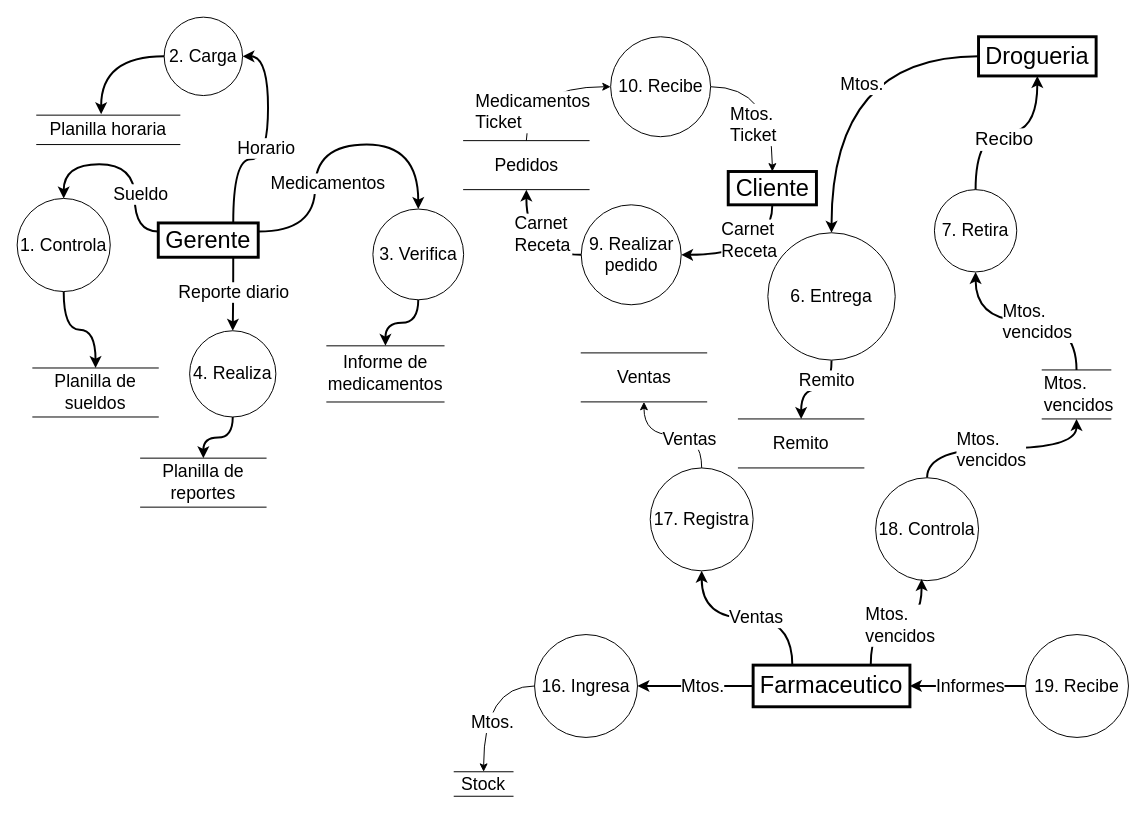
Above: page "DFD_Farmacia" (1 of 2) of farmaciaAE.drawio in yon026/pruebagit (draw.io), before the change. Source tidied: cells renumbered, new cells numbered last; positions are measured from the earlier drawing's top-left corner, leaving out a move shared by most shapes. Both pictures are drawn from the tidied source at 98%, with x=0, y=0 at pixel (17, 17).
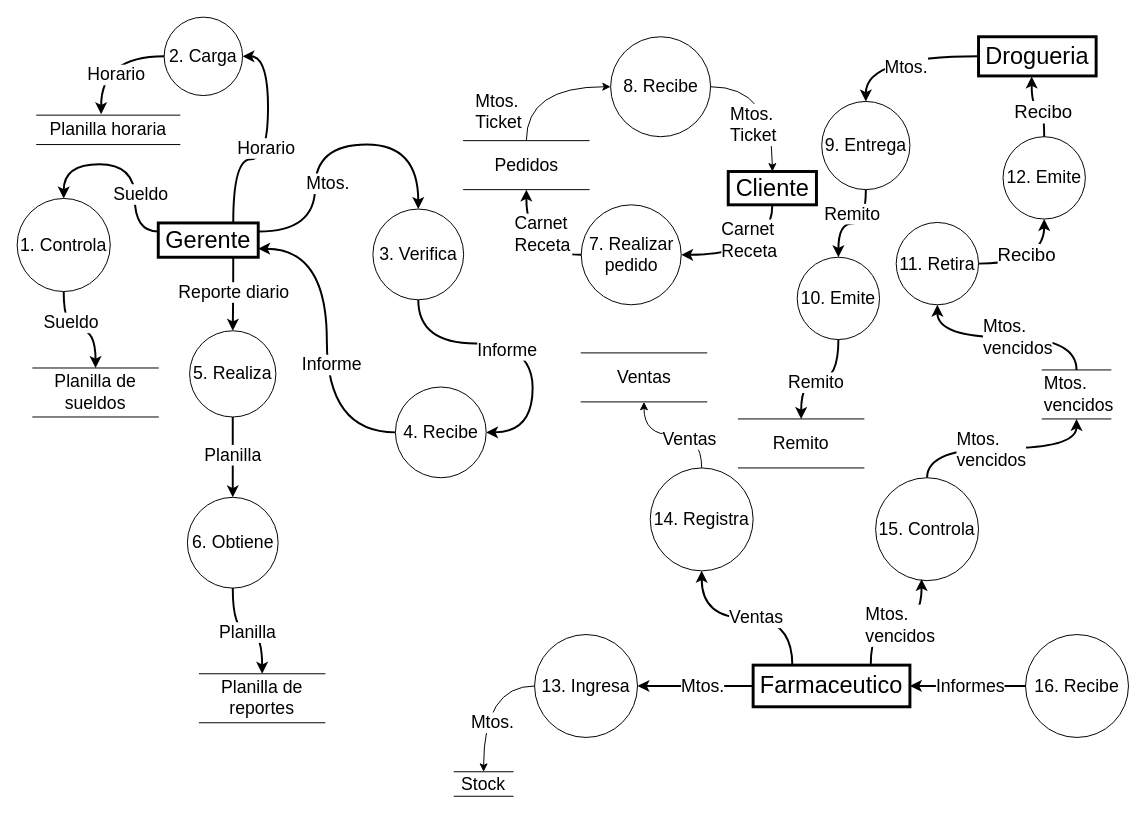
Above is the later version.

The change refers to these unchanged cells:
```xml
<mxCell id="4" style="edgeStyle=orthogonalEdgeStyle;rounded=0;jettySize=auto;html=1;exitX=0.5;exitY=1;exitDx=0;exitDy=0;entryX=0.5;entryY=0;entryDx=0;entryDy=0;curved=1;strokeWidth=2;" parent="1" edge="1" source="5" target="48">
  <mxGeometry relative="1" as="geometry" />
</mxCell>
<mxCell id="13" style="edgeStyle=orthogonalEdgeStyle;shape=connector;curved=1;rounded=0;jettySize=auto;html=1;exitX=1;exitY=0.25;exitDx=0;exitDy=0;entryX=0.5;entryY=0;entryDx=0;entryDy=0;strokeColor=default;align=center;verticalAlign=middle;fontFamily=Helvetica;fontSize=11;fontColor=default;labelBackgroundColor=default;endArrow=classic;strokeWidth=2;" parent="1" edge="1" source="15" target="17">
  <mxGeometry relative="1" as="geometry">
    <Array as="points">
      <mxPoint x="304" y="219" />
      <mxPoint x="304" y="130" />
      <mxPoint x="409" y="130" />
    </Array>
  </mxGeometry>
</mxCell>
<mxCell id="15" value="&lt;font style=&quot;font-size: 24px;&quot;&gt;Gerente&lt;/font&gt;" style="rounded=0;whiteSpace=wrap;html=1;fontSize=24;strokeWidth=3;" parent="1" vertex="1">
  <mxGeometry x="144" y="210" width="102" height="35" as="geometry" />
</mxCell>
<mxCell id="17" value="3. Verifica" style="ellipse;whiteSpace=wrap;html=1;fontSize=18;" parent="1" vertex="1">
  <mxGeometry x="363" y="195.8" width="92.6" height="92.6" as="geometry" />
</mxCell>
<mxCell id="28" style="edgeStyle=orthogonalEdgeStyle;shape=connector;curved=1;rounded=0;jettySize=auto;html=1;exitX=0;exitY=0.5;exitDx=0;exitDy=0;entryX=0.5;entryY=0;entryDx=0;entryDy=0;strokeColor=default;align=center;verticalAlign=middle;fontFamily=Helvetica;fontSize=11;fontColor=default;labelBackgroundColor=default;endArrow=classic;strokeWidth=2;" parent="1" edge="1" source="30" target="27">
  <mxGeometry relative="1" as="geometry" />
</mxCell>
<mxCell id="30" value="&lt;font style=&quot;font-size: 24px;&quot;&gt;Drogueria&lt;/font&gt;" style="rounded=0;whiteSpace=wrap;html=1;fontSize=24;strokeWidth=3;" parent="1" vertex="1">
  <mxGeometry x="981" y="20" width="120" height="40" as="geometry" />
</mxCell>
<mxCell id="38" style="edgeStyle=orthogonalEdgeStyle;rounded=0;jettySize=auto;html=1;exitX=0;exitY=0.5;exitDx=0;exitDy=0;entryX=0.45;entryY=-0.033;entryDx=0;entryDy=0;entryPerimeter=0;curved=1;strokeWidth=2;" parent="1" edge="1" source="6" target="23">
  <mxGeometry relative="1" as="geometry" />
</mxCell>
<mxCell id="49" style="edgeStyle=orthogonalEdgeStyle;rounded=0;jettySize=auto;html=1;exitX=0.5;exitY=0;exitDx=0;exitDy=0;entryX=0;entryY=0.5;entryDx=0;entryDy=0;curved=1;" parent="1" edge="1" source="51" target="47">
  <mxGeometry relative="1" as="geometry" />
</mxCell>
<mxCell id="52" value="Remito" style="shape=partialRectangle;whiteSpace=wrap;html=1;left=0;right=0;fontFamily=Helvetica;fontSize=18;labelBackgroundColor=default;" parent="1" vertex="1">
  <mxGeometry x="736" y="410" width="128" height="50" as="geometry" />
</mxCell>
```

Diff of the diagram source:
```diff
@@
+    <mxCell id="70" value="&lt;span style=&quot;font-size: 18px;&quot;&gt;Sueldo&lt;/span&gt;" style="edgeLabel;html=1;align=center;verticalAlign=middle;strokeColor=default;fontFamily=Helvetica;fontSize=11;fontColor=default;labelBackgroundColor=default;fillColor=default;" parent="4" vertex="1">
+      <mxGeometry x="-0.43" y="7" relative="1" as="geometry" />
+    </mxCell>
@@
-    <mxCell id="7" style="edgeStyle=orthogonalEdgeStyle;shape=connector;curved=1;rounded=0;jettySize=auto;html=1;exitX=0.5;exitY=1;exitDx=0;exitDy=0;entryX=0.5;entryY=0;entryDx=0;entryDy=0;strokeColor=default;align=center;verticalAlign=middle;fontFamily=Helvetica;fontSize=18;fontColor=default;labelBackgroundColor=default;endArrow=classic;strokeWidth=2;" parent="1" edge="1" source="8" target="24">
-      <mxGeometry relative="1" as="geometry" />
-    </mxCell>
+    <mxCell id="71" style="edgeStyle=orthogonalEdgeStyle;shape=connector;curved=1;rounded=0;jettySize=auto;html=1;exitX=0.5;exitY=1;exitDx=0;exitDy=0;entryX=0.5;entryY=0;entryDx=0;entryDy=0;strokeColor=default;strokeWidth=2;align=center;verticalAlign=middle;fontFamily=Helvetica;fontSize=11;fontColor=default;labelBackgroundColor=default;endArrow=classic;" parent="1" edge="1" source="8" target="85">
+      <mxGeometry relative="1" as="geometry" />
+    </mxCell>
+    <mxCell id="72" value="&lt;span style=&quot;font-size: 18px;&quot;&gt;Planilla&lt;/span&gt;" style="edgeLabel;html=1;align=center;verticalAlign=middle;strokeColor=default;fontFamily=Helvetica;fontSize=11;fontColor=default;labelBackgroundColor=default;fillColor=default;" parent="71" vertex="1">
+      <mxGeometry x="-0.07" y="-1" relative="1" as="geometry" />
+    </mxCell>
-    <mxCell id="8" value="4. Realiza" style="ellipse;whiteSpace=wrap;html=1;fontSize=18;" parent="1" vertex="1">
+    <mxCell id="8" value="5. Realiza" style="ellipse;whiteSpace=wrap;html=1;fontSize=18;" parent="1" vertex="1">
       <mxGeometry x="176" y="320" width="88" height="88" as="geometry" />
     </mxCell>
@@
-    <mxCell id="14" value="Medicamentos" style="edgeLabel;html=1;align=center;verticalAlign=middle;fontFamily=Helvetica;fontSize=18;fontColor=default;labelBackgroundColor=default;" parent="13" vertex="1">
+    <mxCell id="14" value="Mtos." style="edgeLabel;html=1;align=center;verticalAlign=middle;fontFamily=Helvetica;fontSize=18;fontColor=default;labelBackgroundColor=default;" parent="13" vertex="1">
       <mxGeometry x="-0.38" y="-1" relative="1" as="geometry">
         <mxPoint x="11" y="-8" as="offset" />
       </mxGeometry>
     </mxCell>
+    <mxCell id="73" style="edgeStyle=orthogonalEdgeStyle;shape=connector;curved=1;rounded=0;jettySize=auto;html=1;exitX=0;exitY=0.5;exitDx=0;exitDy=0;entryX=1;entryY=0.75;entryDx=0;entryDy=0;strokeColor=default;strokeWidth=2;align=center;verticalAlign=middle;fontFamily=Helvetica;fontSize=11;fontColor=default;labelBackgroundColor=default;endArrow=classic;" parent="1" edge="1" source="82" target="15">
+      <mxGeometry relative="1" as="geometry" />
+    </mxCell>
+    <mxCell id="74" value="&lt;span style=&quot;font-size: 18px; text-align: left;&quot;&gt;Informe&lt;/span&gt;" style="edgeLabel;html=1;align=center;verticalAlign=middle;strokeColor=default;fontFamily=Helvetica;fontSize=11;fontColor=default;labelBackgroundColor=default;fillColor=default;" parent="73" vertex="1">
+      <mxGeometry x="-0.15" y="-4" relative="1" as="geometry" />
+    </mxCell>
@@
-    <mxCell id="16" style="edgeStyle=orthogonalEdgeStyle;rounded=0;jettySize=auto;html=1;exitX=0.5;exitY=1;exitDx=0;exitDy=0;entryX=0.5;entryY=0;entryDx=0;entryDy=0;curved=1;fontSize=18;strokeWidth=2;" parent="1" edge="1" source="17" target="31">
-      <mxGeometry relative="1" as="geometry" />
-    </mxCell>
+    <mxCell id="75" style="edgeStyle=orthogonalEdgeStyle;shape=connector;curved=1;rounded=0;jettySize=auto;html=1;exitX=0.5;exitY=1;exitDx=0;exitDy=0;entryX=1;entryY=0.5;entryDx=0;entryDy=0;strokeColor=default;strokeWidth=2;align=center;verticalAlign=middle;fontFamily=Helvetica;fontSize=11;fontColor=default;labelBackgroundColor=default;endArrow=classic;" parent="1" edge="1" source="17" target="82">
+      <mxGeometry relative="1" as="geometry">
+        <Array as="points">
+          <mxPoint x="409" y="333" />
+          <mxPoint x="526" y="333" />
+          <mxPoint x="526" y="424" />
+        </Array>
+      </mxGeometry>
+    </mxCell>
+    <mxCell id="76" value="&lt;span style=&quot;font-size: 18px; text-align: left;&quot;&gt;Informe&lt;/span&gt;" style="edgeLabel;html=1;align=center;verticalAlign=middle;strokeColor=default;fontFamily=Helvetica;fontSize=11;fontColor=default;labelBackgroundColor=default;fillColor=default;" parent="75" vertex="1">
+      <mxGeometry x="-0.1" y="-6" relative="1" as="geometry" />
+    </mxCell>
@@
     <mxCell id="24" value="Planilla de reportes" style="shape=partialRectangle;whiteSpace=wrap;html=1;left=0;right=0;fillColor=none;fontFamily=Helvetica;fontSize=18;fontColor=default;labelBackgroundColor=default;" parent="1" vertex="1">
-      <mxGeometry x="126" y="450" width="128" height="50" as="geometry" />
+      <mxGeometry x="186" y="670" width="128" height="50" as="geometry" />
     </mxCell>
-    <mxCell id="25" style="edgeStyle=orthogonalEdgeStyle;shape=connector;curved=1;rounded=0;jettySize=auto;html=1;exitX=0.5;exitY=1;exitDx=0;exitDy=0;entryX=0.5;entryY=0;entryDx=0;entryDy=0;strokeColor=default;align=center;verticalAlign=middle;fontFamily=Helvetica;fontSize=11;fontColor=default;labelBackgroundColor=default;endArrow=classic;strokeWidth=2;" parent="1" edge="1" source="27" target="52">
-      <mxGeometry relative="1" as="geometry" />
-    </mxCell>
-    <mxCell id="26" value="&lt;font style=&quot;font-size: 18px;&quot;&gt;Remito&lt;/font&gt;" style="edgeLabel;html=1;align=left;verticalAlign=middle;fontFamily=Helvetica;fontSize=18;fontColor=default;labelBackgroundColor=default;" parent="25" vertex="1">
-      <mxGeometry x="-0.1" y="-17" relative="1" as="geometry">
-        <mxPoint x="-24" y="7" as="offset" />
-      </mxGeometry>
-    </mxCell>
+    <mxCell id="77" style="edgeStyle=orthogonalEdgeStyle;shape=connector;curved=1;rounded=0;jettySize=auto;html=1;exitX=0.5;exitY=1;exitDx=0;exitDy=0;entryX=0.5;entryY=0;entryDx=0;entryDy=0;strokeColor=default;strokeWidth=2;align=center;verticalAlign=middle;fontFamily=Helvetica;fontSize=11;fontColor=default;labelBackgroundColor=default;endArrow=classic;" parent="1" edge="1" source="27" target="88">
+      <mxGeometry relative="1" as="geometry" />
+    </mxCell>
+    <mxCell id="78" value="Remito" style="edgeLabel;html=1;align=center;verticalAlign=middle;strokeColor=default;fontFamily=Helvetica;fontSize=18;fontColor=default;labelBackgroundColor=default;fillColor=default;" parent="77" vertex="1">
+      <mxGeometry x="0.01" y="3" relative="1" as="geometry">
+        <mxPoint y="-13" as="offset" />
+      </mxGeometry>
+    </mxCell>
-    <mxCell id="27" value="6. Entrega" style="ellipse;whiteSpace=wrap;html=1;fontSize=18;" parent="1" vertex="1">
-      <mxGeometry x="766" y="220" width="130" height="130" as="geometry" />
+    <mxCell id="27" value="9. Entrega" style="ellipse;whiteSpace=wrap;html=1;fontSize=18;" parent="1" vertex="1">
+      <mxGeometry x="821" y="86" width="90" height="90" as="geometry" />
     </mxCell>
@@
     <mxCell id="29" value="&lt;span style=&quot;font-size: 18px;&quot;&gt;Mtos.&lt;/span&gt;" style="edgeLabel;html=1;align=center;verticalAlign=middle;fontFamily=Helvetica;fontSize=11;fontColor=default;labelBackgroundColor=default;" parent="28" vertex="1">
       <mxGeometry x="-0.04" y="20" relative="1" as="geometry">
-        <mxPoint x="10" y="20" as="offset" />
+        <mxPoint x="2" y="-10" as="offset" />
       </mxGeometry>
     </mxCell>
@@
-    <mxCell id="31" value="Informe de medicamentos" style="shape=partialRectangle;whiteSpace=wrap;html=1;left=0;right=0;fillColor=none;fontFamily=Helvetica;fontSize=18;fontColor=default;labelBackgroundColor=default;" parent="1" vertex="1">
-      <mxGeometry x="316" y="335.4" width="119.6" height="57.3" as="geometry" />
-    </mxCell>
@@
-    <mxCell id="34" value="17. Registra" style="ellipse;whiteSpace=wrap;html=1;fontSize=18;" parent="1" vertex="1">
+    <mxCell id="34" value="14. Registra" style="ellipse;whiteSpace=wrap;html=1;fontSize=18;" parent="1" vertex="1">
       <mxGeometry x="646" y="460" width="105" height="105" as="geometry" />
     </mxCell>
-    <mxCell id="35" style="edgeStyle=orthogonalEdgeStyle;shape=connector;curved=1;rounded=0;jettySize=auto;html=1;exitX=0.5;exitY=0;exitDx=0;exitDy=0;entryX=0.5;entryY=1;entryDx=0;entryDy=0;strokeColor=default;strokeWidth=2;align=center;verticalAlign=middle;fontFamily=Helvetica;fontSize=11;fontColor=default;labelBackgroundColor=default;endArrow=classic;" parent="1" edge="1" source="37" target="30">
-      <mxGeometry relative="1" as="geometry" />
-    </mxCell>
-    <mxCell id="36" value="&lt;span style=&quot;font-size: 19px;&quot;&gt;Recibo&lt;/span&gt;" style="edgeLabel;html=1;align=left;verticalAlign=middle;fontFamily=Helvetica;fontSize=19;fontColor=default;labelBackgroundColor=default;" parent="35" vertex="1">
-      <mxGeometry x="-0.06" y="-6" relative="1" as="geometry">
-        <mxPoint x="-28" as="offset" />
-      </mxGeometry>
-    </mxCell>
+    <mxCell id="79" style="edgeStyle=orthogonalEdgeStyle;shape=connector;curved=1;rounded=0;jettySize=auto;html=1;exitX=1;exitY=0.5;exitDx=0;exitDy=0;entryX=0.5;entryY=1;entryDx=0;entryDy=0;strokeColor=default;strokeWidth=2;align=center;verticalAlign=middle;fontFamily=Helvetica;fontSize=11;fontColor=default;labelBackgroundColor=default;endArrow=classic;" parent="1" edge="1" source="37" target="89">
+      <mxGeometry relative="1" as="geometry" />
+    </mxCell>
+    <mxCell id="80" value="&lt;span style=&quot;font-size: 19px; text-align: left;&quot;&gt;Recibo&lt;/span&gt;" style="edgeLabel;html=1;align=center;verticalAlign=middle;strokeColor=default;fontFamily=Helvetica;fontSize=11;fontColor=default;labelBackgroundColor=default;fillColor=default;" parent="79" vertex="1">
+      <mxGeometry x="-0.37" y="8" relative="1" as="geometry">
+        <mxPoint x="13" y="-1" as="offset" />
+      </mxGeometry>
+    </mxCell>
-    <mxCell id="37" value="7. Retira" style="ellipse;whiteSpace=wrap;html=1;fontSize=18;" parent="1" vertex="1">
-      <mxGeometry x="936" y="176" width="84" height="84" as="geometry" />
+    <mxCell id="37" value="11. Retira" style="ellipse;whiteSpace=wrap;html=1;fontSize=18;" parent="1" vertex="1">
+      <mxGeometry x="897" y="209.5" width="84" height="84" as="geometry" />
     </mxCell>
@@
+    <mxCell id="81" value="&lt;span style=&quot;font-size: 18px;&quot;&gt;Horario&lt;/span&gt;" style="edgeLabel;html=1;align=center;verticalAlign=middle;strokeColor=default;fontFamily=Helvetica;fontSize=11;fontColor=default;labelBackgroundColor=default;fillColor=default;" parent="38" vertex="1">
+      <mxGeometry x="0.34" y="15" relative="1" as="geometry" />
+    </mxCell>
@@
-    <mxCell id="44" value="9. Realizar pedido" style="ellipse;whiteSpace=wrap;html=1;fontSize=18;" parent="1" vertex="1">
+    <mxCell id="44" value="7. Realizar pedido" style="ellipse;whiteSpace=wrap;html=1;fontSize=18;" parent="1" vertex="1">
       <mxGeometry x="575.6" y="191.5" width="102" height="102" as="geometry" />
     </mxCell>
@@
-    <mxCell id="47" value="10. Recibe" style="ellipse;whiteSpace=wrap;html=1;fontSize=18;" parent="1" vertex="1">
+    <mxCell id="47" value="8. Recibe" style="ellipse;whiteSpace=wrap;html=1;fontSize=18;" parent="1" vertex="1">
       <mxGeometry x="605.6" y="20" width="102" height="102" as="geometry" />
     </mxCell>
@@
-    <mxCell id="50" value="Medicamentos&lt;div style=&quot;font-size: 18px;&quot;&gt;Ticket&lt;/div&gt;" style="edgeLabel;html=1;align=left;verticalAlign=middle;fontSize=18;" parent="49" vertex="1">
+    <mxCell id="50" value="Mtos.&lt;div style=&quot;font-size: 18px;&quot;&gt;Ticket&lt;/div&gt;" style="edgeLabel;html=1;align=left;verticalAlign=middle;fontSize=18;" parent="49" vertex="1">
       <mxGeometry x="-0.05" y="-1" relative="1" as="geometry">
         <mxPoint x="-66" y="24" as="offset" />
       </mxGeometry>
     </mxCell>
@@
-    <mxCell id="55" value="19. Recibe" style="ellipse;whiteSpace=wrap;html=1;fontSize=18;" parent="1" vertex="1">
+    <mxCell id="55" value="16. Recibe" style="ellipse;whiteSpace=wrap;html=1;fontSize=18;" parent="1" vertex="1">
       <mxGeometry x="1029" y="630" width="105" height="105" as="geometry" />
     </mxCell>
@@
-    <mxCell id="58" value="18. Controla" style="ellipse;whiteSpace=wrap;html=1;fontSize=18;" parent="1" vertex="1">
+    <mxCell id="58" value="15. Controla" style="ellipse;whiteSpace=wrap;html=1;fontSize=18;" parent="1" vertex="1">
       <mxGeometry x="876" y="470" width="105" height="105" as="geometry" />
     </mxCell>
@@
-    <mxCell id="62" value="16. Ingresa" style="ellipse;whiteSpace=wrap;html=1;fontSize=18;" parent="1" vertex="1">
+    <mxCell id="62" value="13. Ingresa" style="ellipse;whiteSpace=wrap;html=1;fontSize=18;" parent="1" vertex="1">
       <mxGeometry x="528" y="630" width="105" height="105" as="geometry" />
     </mxCell>
@@
+    <mxCell id="82" value="4. Recibe" style="ellipse;whiteSpace=wrap;html=1;fontSize=18;" parent="1" vertex="1">
+      <mxGeometry x="386" y="377.4" width="92.6" height="92.6" as="geometry" />
+    </mxCell>
+    <mxCell id="83" style="edgeStyle=orthogonalEdgeStyle;shape=connector;curved=1;rounded=0;jettySize=auto;html=1;exitX=0.5;exitY=1;exitDx=0;exitDy=0;entryX=0.5;entryY=0;entryDx=0;entryDy=0;strokeColor=default;strokeWidth=2;align=center;verticalAlign=middle;fontFamily=Helvetica;fontSize=11;fontColor=default;labelBackgroundColor=default;endArrow=classic;" parent="1" edge="1" source="85" target="24">
+      <mxGeometry relative="1" as="geometry" />
+    </mxCell>
+    <mxCell id="84" value="&lt;span style=&quot;font-size: 18px;&quot;&gt;Planilla&lt;/span&gt;" style="edgeLabel;html=1;align=center;verticalAlign=middle;strokeColor=default;fontFamily=Helvetica;fontSize=11;fontColor=default;labelBackgroundColor=default;fillColor=default;" parent="83" vertex="1">
+      <mxGeometry x="-0.02" y="-1" relative="1" as="geometry" />
+    </mxCell>
+    <mxCell id="85" value="6. Obtiene" style="ellipse;whiteSpace=wrap;html=1;fontSize=18;" parent="1" vertex="1">
+      <mxGeometry x="173.7" y="490" width="92.6" height="92.6" as="geometry" />
+    </mxCell>
+    <mxCell id="86" style="edgeStyle=orthogonalEdgeStyle;shape=connector;curved=1;rounded=0;jettySize=auto;html=1;exitX=0.5;exitY=1;exitDx=0;exitDy=0;entryX=0.5;entryY=0;entryDx=0;entryDy=0;strokeColor=default;strokeWidth=2;align=center;verticalAlign=middle;fontFamily=Helvetica;fontSize=11;fontColor=default;labelBackgroundColor=default;endArrow=classic;" parent="1" edge="1" source="88" target="52">
+      <mxGeometry relative="1" as="geometry" />
+    </mxCell>
+    <mxCell id="87" value="&lt;span style=&quot;font-size: 18px;&quot;&gt;Remito&lt;/span&gt;" style="edgeLabel;html=1;align=center;verticalAlign=middle;strokeColor=default;fontFamily=Helvetica;fontSize=11;fontColor=default;labelBackgroundColor=default;fillColor=default;" parent="86" vertex="1">
+      <mxGeometry x="0.08" y="3" relative="1" as="geometry" />
+    </mxCell>
+    <mxCell id="88" value="10. Emite" style="ellipse;whiteSpace=wrap;html=1;fontSize=18;" parent="1" vertex="1">
+      <mxGeometry x="796" y="245" width="84" height="84" as="geometry" />
+    </mxCell>
+    <mxCell id="89" value="12. Emite" style="ellipse;whiteSpace=wrap;html=1;fontSize=18;" parent="1" vertex="1">
+      <mxGeometry x="1006" y="122" width="84" height="84" as="geometry" />
+    </mxCell>
+    <mxCell id="90" style="edgeStyle=orthogonalEdgeStyle;shape=connector;curved=1;rounded=0;jettySize=auto;html=1;exitX=0.5;exitY=0;exitDx=0;exitDy=0;entryX=0.452;entryY=1.014;entryDx=0;entryDy=0;entryPerimeter=0;strokeColor=default;strokeWidth=2;align=center;verticalAlign=middle;fontFamily=Helvetica;fontSize=11;fontColor=default;labelBackgroundColor=default;endArrow=classic;" parent="1" edge="1" source="89" target="30">
+      <mxGeometry relative="1" as="geometry" />
+    </mxCell>
+    <mxCell id="91" value="&lt;span style=&quot;font-size: 19px; text-align: left;&quot;&gt;Recibo&lt;/span&gt;" style="edgeLabel;html=1;align=center;verticalAlign=middle;strokeColor=default;fontFamily=Helvetica;fontSize=11;fontColor=default;labelBackgroundColor=default;fillColor=default;" parent="90" vertex="1">
+      <mxGeometry x="-0.3" y="2" relative="1" as="geometry" />
+    </mxCell>
```
